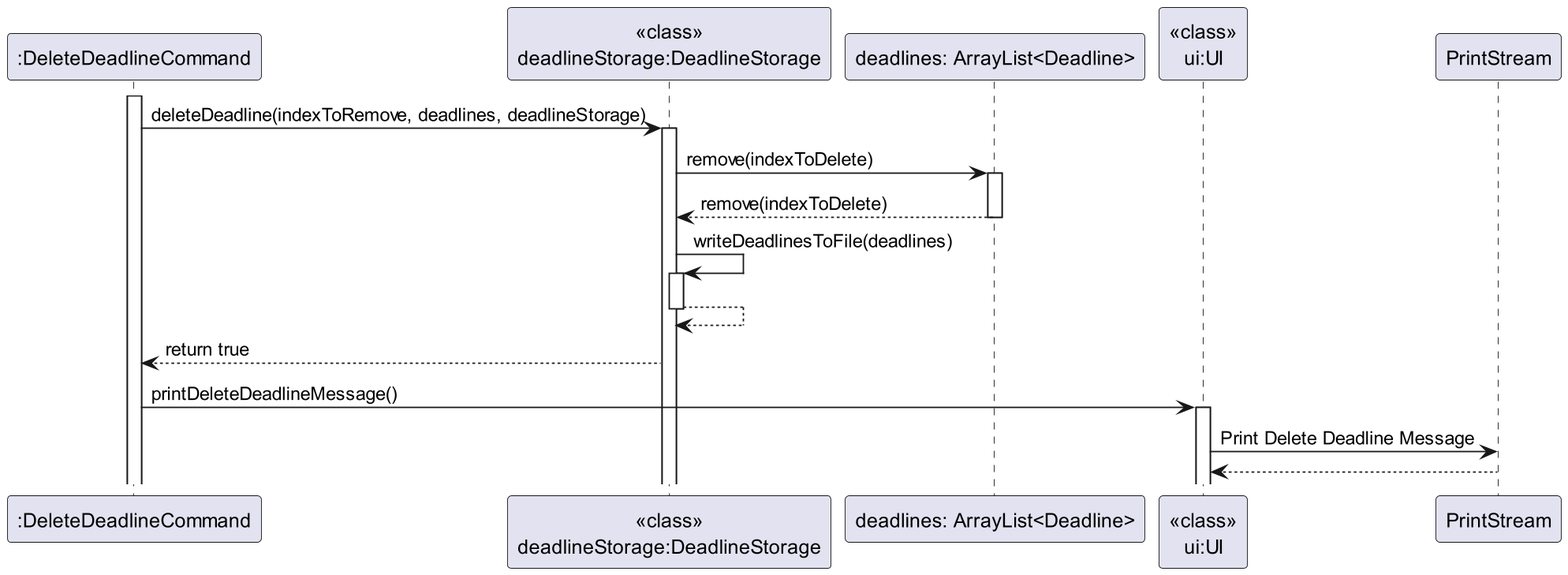
Above: docs/diagrams/Deadline/DeleteDeadlineCommandSequenceDiagram.png in nus-cs2113-AY2223S2/tp (PlantUML), before the change. The source it was exported from:
```plantuml
@startuml

activate ":DeleteDeadlineCommand"

":DeleteDeadlineCommand" -> "<<class>>\ndeadlineStorage:DeadlineStorage" : deleteDeadline(indexToRemove, deadlines, deadlineStorage)
activate "<<class>>\ndeadlineStorage:DeadlineStorage"

"<<class>>\ndeadlineStorage:DeadlineStorage" -> "deadlines: ArrayList<Deadline>" : remove(indexToDelete)
activate "deadlines: ArrayList<Deadline>"
"<<class>>\ndeadlineStorage:DeadlineStorage" <-- "deadlines: ArrayList<Deadline>" : remove(indexToDelete)
deactivate "deadlines: ArrayList<Deadline>"

 "<<class>>\ndeadlineStorage:DeadlineStorage" -> "<<class>>\ndeadlineStorage:DeadlineStorage": writeDeadlinesToFile(deadlines)
activate "<<class>>\ndeadlineStorage:DeadlineStorage"
    "<<class>>\ndeadlineStorage:DeadlineStorage" --> "<<class>>\ndeadlineStorage:DeadlineStorage"
    deactivate "<<class>>\ndeadlineStorage:DeadlineStorage"

"<<class>>\ndeadlineStorage:DeadlineStorage" --> ":DeleteDeadlineCommand" : return true

":DeleteDeadlineCommand" -> "<<class>>\nui:UI" : printDeleteDeadlineMessage()
activate "<<class>>\nui:UI"

"<<class>>\nui:UI" -> PrintStream : Print Delete Deadline Message
"<<class>>\nui:UI" <-- PrintStream
@enduml
```
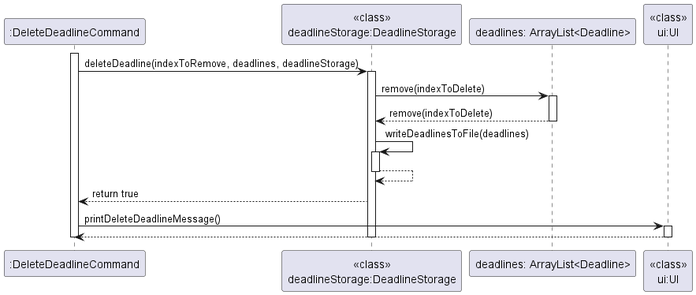
Later version of the same file.

What changed in the source:
```diff
@@ -19,7 +19,9 @@
 
 ":DeleteDeadlineCommand" -> "<<class>>\nui:UI" : printDeleteDeadlineMessage()
 activate "<<class>>\nui:UI"
+":DeleteDeadlineCommand" <-- "<<class>>\nui:UI"
+deactivate "<<class>>\nui:UI"
 
-"<<class>>\nui:UI" -> PrintStream : Print Delete Deadline Message
-"<<class>>\nui:UI" <-- PrintStream
+deactivate "<<class>>\ndeadlineStorage:DeadlineStorage"
+deactivate ":DeleteDeadlineCommand"
 @enduml
```
